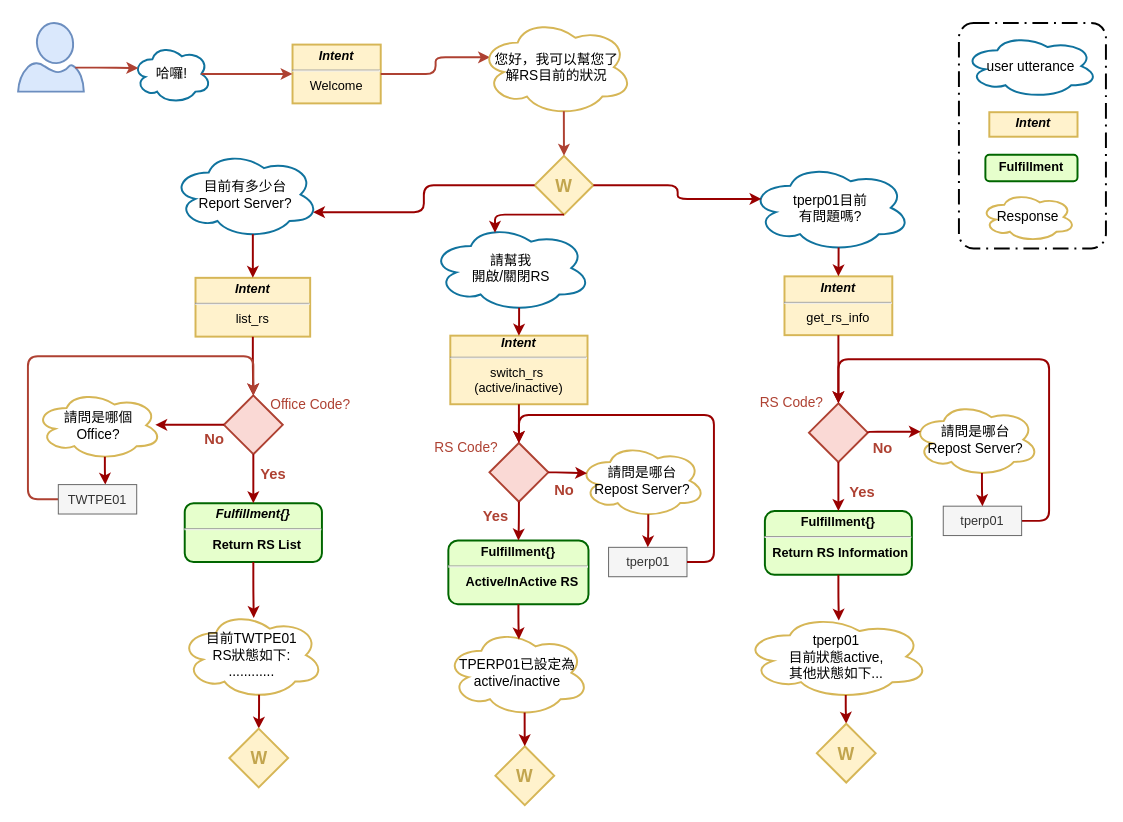
shihxuancheng/qa_bot keeps this draw.io diagram as page "whl_report" (2 of 4) of resources/assets/qa_bot dialog flow.drawio. Above is the earlier version. Source tidied: cells renumbered, new cells numbered last; positions are measured from the earlier drawing's top-left corner, leaving out a move shared by most shapes. Both pictures are drawn from the tidied source at 98%, with x=0, y=0 at pixel (18, 18).
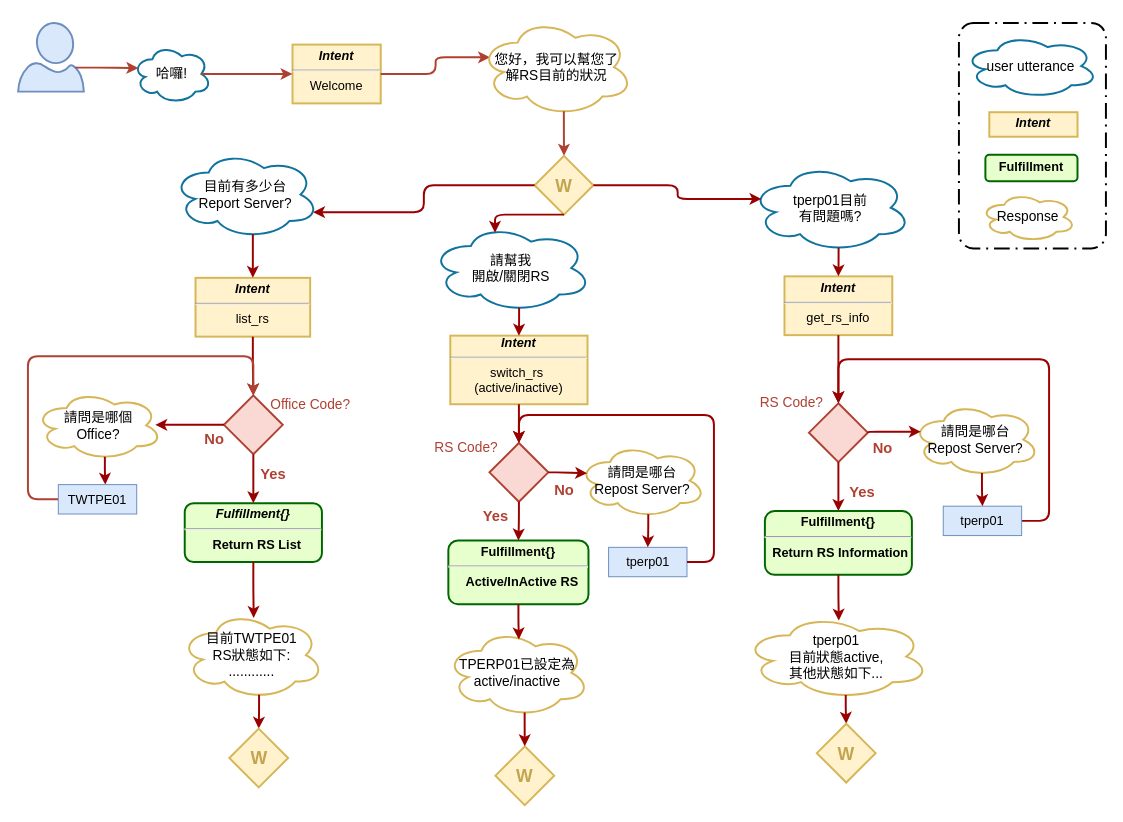
Above is the later version.

The edit, as a diff of the source:
```diff
@@
-    <mxCell id="29" value="TWTPE01" style="rounded=0;whiteSpace=wrap;html=1;strokeWidth=1;fontSize=13;fillColor=#f5f5f5;strokeColor=#666666;fontColor=#333333;" parent="1" vertex="1">
+    <mxCell id="29" value="TWTPE01" style="rounded=0;whiteSpace=wrap;html=1;strokeWidth=1;fontSize=13;fillColor=#dae8fc;strokeColor=#6c8ebf;fontColor=#000000;" parent="1" vertex="1">
       <mxGeometry x="41" y="476" width="80" height="30" as="geometry" />
     </mxCell>
@@
-    <mxCell id="42" value="tperp01" style="rounded=0;whiteSpace=wrap;html=1;strokeWidth=1;fontSize=13;fillColor=#f5f5f5;strokeColor=#666666;fontColor=#333333;" parent="1" vertex="1">
+    <mxCell id="42" value="tperp01" style="rounded=0;whiteSpace=wrap;html=1;strokeWidth=1;fontSize=13;fillColor=#dae8fc;strokeColor=#6c8ebf;fontColor=#000000;" parent="1" vertex="1">
       <mxGeometry x="944" y="498" width="80" height="30" as="geometry" />
     </mxCell>
@@
-    <mxCell id="61" value="tperp01" style="rounded=0;whiteSpace=wrap;html=1;strokeWidth=1;fontSize=13;fillColor=#f5f5f5;strokeColor=#666666;fontColor=#333333;" parent="1" vertex="1">
+    <mxCell id="61" value="tperp01" style="rounded=0;whiteSpace=wrap;html=1;strokeWidth=1;fontSize=13;fillColor=#dae8fc;strokeColor=#6c8ebf;fontColor=#000000;" parent="1" vertex="1">
       <mxGeometry x="602.5" y="540" width="80" height="30" as="geometry" />
     </mxCell>
```
